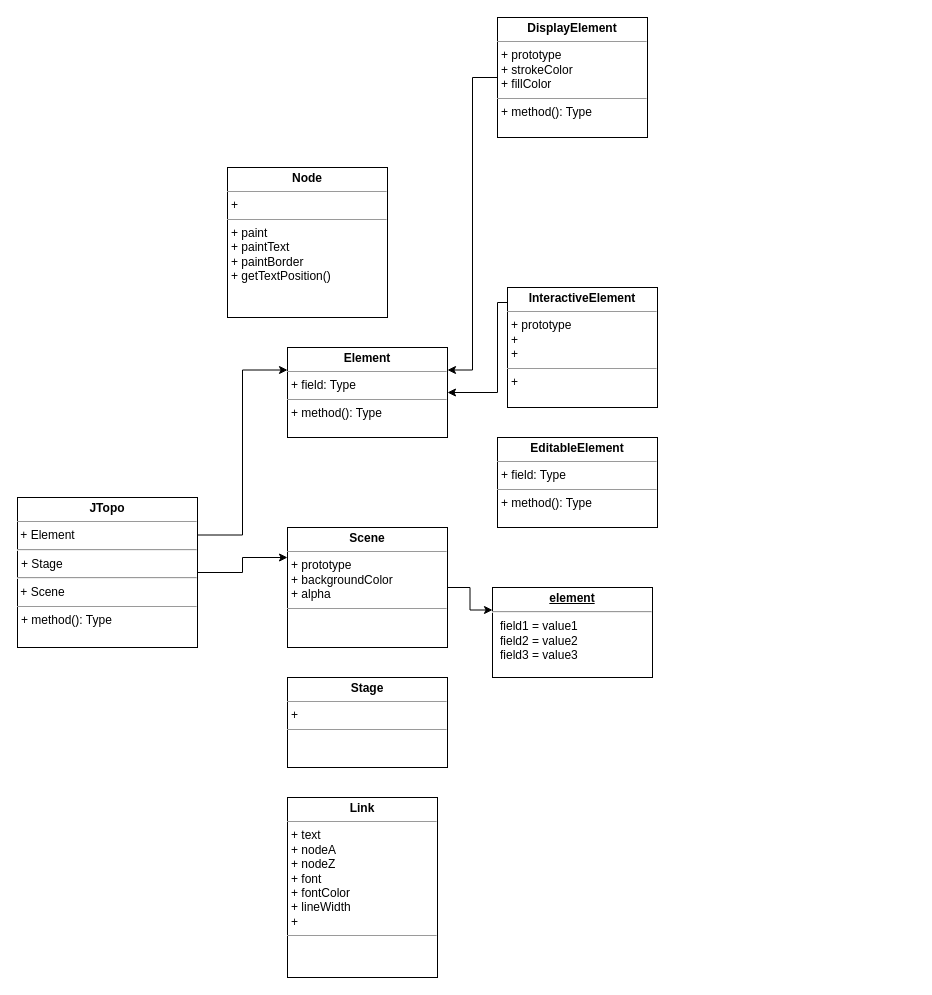
Above: Jtopo.drawio in waterwatermelon/graph (draw.io), before the change. Source tidied: cells renumbered, new cells numbered last; positions are measured from the earlier drawing's top-left corner, leaving out a move shared by most shapes. Both pictures are drawn from the tidied source at 100%, with x=0, y=0 at pixel (17, 17).
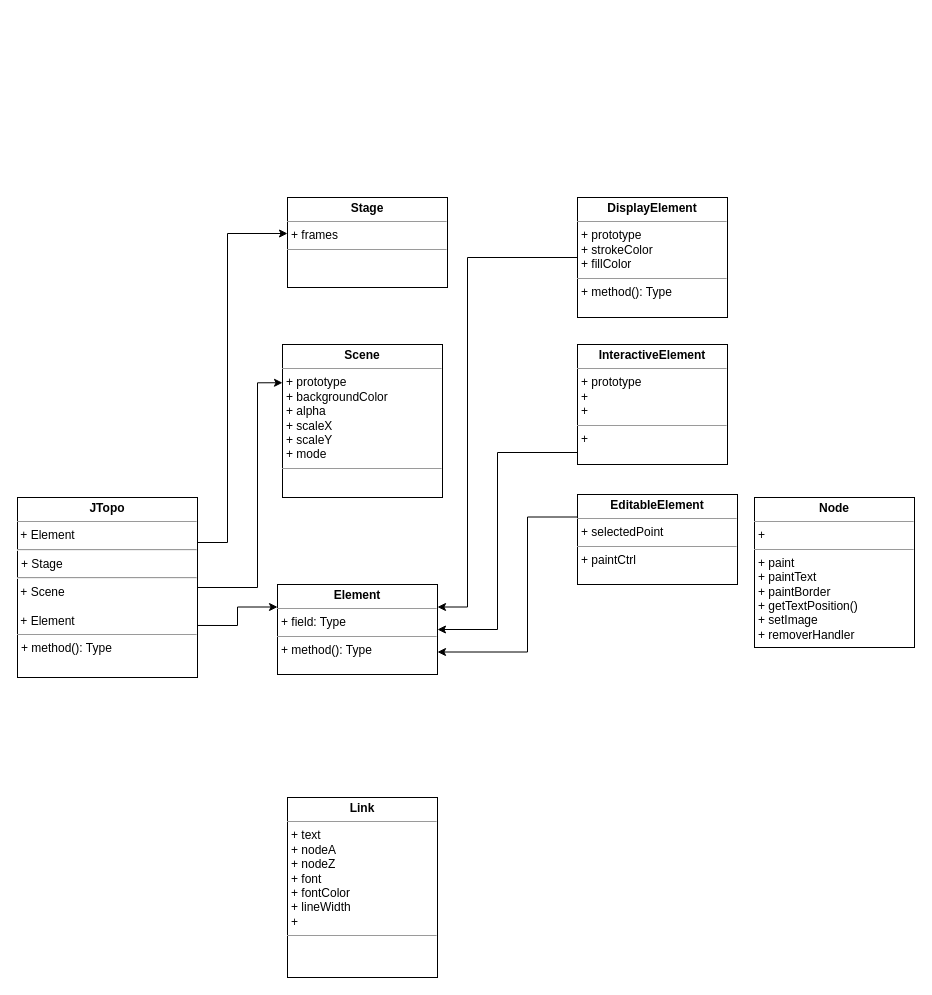
The same diagram, later.

What changed in the source:
```diff
@@
-    <mxCell id="2" style="edgeStyle=orthogonalEdgeStyle;rounded=0;jettySize=auto;html=1;exitX=1;exitY=0.5;exitDx=0;exitDy=0;entryX=0;entryY=0.25;entryDx=0;entryDy=0;" parent="1" edge="1" source="3" target="4">
-      <mxGeometry relative="1" as="geometry" />
-    </mxCell>
-    <mxCell id="3" value="&lt;p style=&quot;margin: 0px ; margin-top: 4px ; text-align: center&quot;&gt;&lt;b&gt;Scene&lt;/b&gt;&lt;/p&gt;&lt;hr size=&quot;1&quot;&gt;&lt;p style=&quot;margin: 0px ; margin-left: 4px&quot;&gt;+ prototype&lt;/p&gt;&lt;p style=&quot;margin: 0px ; margin-left: 4px&quot;&gt;+ backgroundColor&lt;/p&gt;&lt;p style=&quot;margin: 0px ; margin-left: 4px&quot;&gt;+ alpha&lt;/p&gt;&lt;hr size=&quot;1&quot;&gt;&lt;p style=&quot;margin: 0px ; margin-left: 4px&quot;&gt;&lt;br&gt;&lt;/p&gt;" style="verticalAlign=top;align=left;overflow=fill;fontSize=12;fontFamily=Helvetica;html=1;" parent="1" vertex="1">
-      <mxGeometry x="270" y="510" width="160" height="120" as="geometry" />
+    <mxCell id="3" value="&lt;p style=&quot;margin: 0px ; margin-top: 4px ; text-align: center&quot;&gt;&lt;b&gt;Scene&lt;/b&gt;&lt;/p&gt;&lt;hr size=&quot;1&quot;&gt;&lt;p style=&quot;margin: 0px ; margin-left: 4px&quot;&gt;+ prototype&lt;/p&gt;&lt;p style=&quot;margin: 0px ; margin-left: 4px&quot;&gt;+ backgroundColor&lt;/p&gt;&lt;p style=&quot;margin: 0px ; margin-left: 4px&quot;&gt;+ alpha&lt;/p&gt;&lt;p style=&quot;margin: 0px ; margin-left: 4px&quot;&gt;+ scaleX&lt;/p&gt;&lt;p style=&quot;margin: 0px ; margin-left: 4px&quot;&gt;+ scaleY&lt;/p&gt;&lt;p style=&quot;margin: 0px ; margin-left: 4px&quot;&gt;+ mode&lt;/p&gt;&lt;hr size=&quot;1&quot;&gt;&lt;p style=&quot;margin: 0px ; margin-left: 4px&quot;&gt;&lt;br&gt;&lt;/p&gt;" style="verticalAlign=top;align=left;overflow=fill;fontSize=12;fontFamily=Helvetica;html=1;" parent="1" vertex="1">
+      <mxGeometry x="265" y="327" width="160" height="153" as="geometry" />
     </mxCell>
-    <mxCell id="4" value="&lt;p style=&quot;margin: 0px ; margin-top: 4px ; text-align: center ; text-decoration: underline&quot;&gt;&lt;b&gt;element&lt;/b&gt;&lt;/p&gt;&lt;hr&gt;&lt;p style=&quot;margin: 0px ; margin-left: 8px&quot;&gt;field1 = value1&lt;br&gt;field2 = value2&lt;br&gt;field3 = value3&lt;/p&gt;" style="verticalAlign=top;align=left;overflow=fill;fontSize=12;fontFamily=Helvetica;html=1;" parent="1" vertex="1">
-      <mxGeometry x="475" y="570" width="160" height="90" as="geometry" />
-    </mxCell>
     <mxCell id="5" value="&lt;p style=&quot;margin: 0px ; margin-top: 4px ; text-align: center&quot;&gt;&lt;b&gt;Element&lt;/b&gt;&lt;/p&gt;&lt;hr size=&quot;1&quot;&gt;&lt;p style=&quot;margin: 0px ; margin-left: 4px&quot;&gt;+ field: Type&lt;/p&gt;&lt;hr size=&quot;1&quot;&gt;&lt;p style=&quot;margin: 0px ; margin-left: 4px&quot;&gt;+ method(): Type&lt;/p&gt;" style="verticalAlign=top;align=left;overflow=fill;fontSize=12;fontFamily=Helvetica;html=1;" parent="1" vertex="1">
-      <mxGeometry x="270" y="330" width="160" height="90" as="geometry" />
+      <mxGeometry x="260" y="567" width="160" height="90" as="geometry" />
     </mxCell>
-    <mxCell id="6" style="edgeStyle=orthogonalEdgeStyle;rounded=0;jettySize=auto;html=1;exitX=1;exitY=0.25;exitDx=0;exitDy=0;entryX=0;entryY=0.25;entryDx=0;entryDy=0;" parent="1" edge="1" source="8" target="5">
+    <mxCell id="6" style="edgeStyle=orthogonalEdgeStyle;rounded=0;jettySize=auto;html=1;exitX=1;exitY=0.711;exitDx=0;exitDy=0;entryX=0;entryY=0.25;entryDx=0;entryDy=0;exitPerimeter=0;" parent="1" edge="1" source="8" target="5">
       <mxGeometry relative="1" as="geometry" />
     </mxCell>
     <mxCell id="7" style="edgeStyle=orthogonalEdgeStyle;rounded=0;jettySize=auto;html=1;entryX=0;entryY=0.25;entryDx=0;entryDy=0;" parent="1" edge="1" source="8" target="3">
-      <mxGeometry relative="1" as="geometry" />
+      <mxGeometry relative="1" as="geometry">
+        <Array as="points">
+          <mxPoint x="240" y="570" />
+          <mxPoint x="240" y="365" />
+        </Array>
+      </mxGeometry>
     </mxCell>
+    <mxCell id="17" style="edgeStyle=orthogonalEdgeStyle;rounded=0;jettySize=auto;html=1;exitX=1;exitY=0.25;exitDx=0;exitDy=0;entryX=0;entryY=0.4;entryDx=0;entryDy=0;entryPerimeter=0;" parent="1" edge="1" source="8" target="9">
+      <mxGeometry relative="1" as="geometry">
+        <Array as="points">
+          <mxPoint x="210" y="525" />
+          <mxPoint x="210" y="216" />
+        </Array>
+      </mxGeometry>
+    </mxCell>
-    <mxCell id="8" value="&lt;p style=&quot;margin: 0px ; margin-top: 4px ; text-align: center&quot;&gt;&lt;b&gt;JTopo&lt;/b&gt;&lt;/p&gt;&lt;hr size=&quot;1&quot;&gt;&amp;nbsp;+ Element&lt;hr&gt;&lt;p style=&quot;margin: 0px ; margin-left: 4px&quot;&gt;+ Stage&lt;/p&gt;&lt;hr&gt;&amp;nbsp;+ Scene&lt;hr size=&quot;1&quot;&gt;&lt;p style=&quot;margin: 0px ; margin-left: 4px&quot;&gt;+ method(): Type&lt;/p&gt;" style="verticalAlign=top;align=left;overflow=fill;fontSize=12;fontFamily=Helvetica;html=1;" parent="1" vertex="1">
-      <mxGeometry y="480" width="180" height="150" as="geometry" />
+    <mxCell id="8" value="&lt;p style=&quot;margin: 0px ; margin-top: 4px ; text-align: center&quot;&gt;&lt;b&gt;JTopo&lt;/b&gt;&lt;/p&gt;&lt;hr size=&quot;1&quot;&gt;&amp;nbsp;+ Element&lt;hr&gt;&lt;p style=&quot;margin: 0px ; margin-left: 4px&quot;&gt;+ Stage&lt;/p&gt;&lt;hr&gt;&amp;nbsp;+ Scene&lt;br&gt;&lt;br&gt;&amp;nbsp;+ Element&lt;br&gt;&lt;hr size=&quot;1&quot;&gt;&lt;p style=&quot;margin: 0px ; margin-left: 4px&quot;&gt;+ method(): Type&lt;/p&gt;" style="verticalAlign=top;align=left;overflow=fill;fontSize=12;fontFamily=Helvetica;html=1;" parent="1" vertex="1">
+      <mxGeometry y="480" width="180" height="180" as="geometry" />
     </mxCell>
-    <mxCell id="9" value="&lt;p style=&quot;margin: 0px ; margin-top: 4px ; text-align: center&quot;&gt;&lt;b&gt;Stage&lt;/b&gt;&lt;/p&gt;&lt;hr size=&quot;1&quot;&gt;&lt;p style=&quot;margin: 0px ; margin-left: 4px&quot;&gt;+&amp;nbsp;&lt;/p&gt;&lt;hr size=&quot;1&quot;&gt;&lt;p style=&quot;margin: 0px ; margin-left: 4px&quot;&gt;&lt;br&gt;&lt;/p&gt;" style="verticalAlign=top;align=left;overflow=fill;fontSize=12;fontFamily=Helvetica;html=1;" parent="1" vertex="1">
-      <mxGeometry x="270" y="660" width="160" height="90" as="geometry" />
+    <mxCell id="9" value="&lt;p style=&quot;margin: 0px ; margin-top: 4px ; text-align: center&quot;&gt;&lt;b&gt;Stage&lt;/b&gt;&lt;/p&gt;&lt;hr size=&quot;1&quot;&gt;&lt;p style=&quot;margin: 0px ; margin-left: 4px&quot;&gt;+ frames&lt;/p&gt;&lt;hr size=&quot;1&quot;&gt;&lt;p style=&quot;margin: 0px ; margin-left: 4px&quot;&gt;&lt;br&gt;&lt;/p&gt;" style="verticalAlign=top;align=left;overflow=fill;fontSize=12;fontFamily=Helvetica;html=1;" parent="1" vertex="1">
+      <mxGeometry x="270" y="180" width="160" height="90" as="geometry" />
     </mxCell>
@@
-    <mxCell id="11" style="edgeStyle=orthogonalEdgeStyle;rounded=0;jettySize=auto;html=1;" parent="1" edge="1" source="12" target="5">
+    <mxCell id="11" style="edgeStyle=orthogonalEdgeStyle;rounded=0;jettySize=auto;html=1;exitX=0;exitY=0.75;exitDx=0;exitDy=0;entryX=1;entryY=0.5;entryDx=0;entryDy=0;" parent="1" edge="1" source="12" target="5">
       <mxGeometry relative="1" as="geometry">
         <Array as="points">
-          <mxPoint x="480" y="285" />
+          <mxPoint x="560" y="435" />
+          <mxPoint x="480" y="435" />
+          <mxPoint x="480" y="612" />
         </Array>
       </mxGeometry>
     </mxCell>
     <mxCell id="12" value="&lt;p style=&quot;margin: 0px ; margin-top: 4px ; text-align: center&quot;&gt;&lt;b&gt;InteractiveElement&lt;/b&gt;&lt;/p&gt;&lt;hr size=&quot;1&quot;&gt;&lt;p style=&quot;margin: 0px ; margin-left: 4px&quot;&gt;+ prototype&lt;/p&gt;&lt;p style=&quot;margin: 0px ; margin-left: 4px&quot;&gt;+&amp;nbsp;&lt;/p&gt;&lt;p style=&quot;margin: 0px ; margin-left: 4px&quot;&gt;+&amp;nbsp;&lt;/p&gt;&lt;hr size=&quot;1&quot;&gt;&lt;p style=&quot;margin: 0px ; margin-left: 4px&quot;&gt;+&amp;nbsp;&lt;/p&gt;" style="verticalAlign=top;align=left;overflow=fill;fontSize=12;fontFamily=Helvetica;html=1;" parent="1" vertex="1">
-      <mxGeometry x="490" y="270" width="150" height="120" as="geometry" />
+      <mxGeometry x="560" y="327" width="150" height="120" as="geometry" />
     </mxCell>
     <mxCell id="13" style="edgeStyle=orthogonalEdgeStyle;rounded=0;jettySize=auto;html=1;exitX=0;exitY=0.5;exitDx=0;exitDy=0;entryX=1;entryY=0.25;entryDx=0;entryDy=0;" parent="1" edge="1" source="14" target="5">
-      <mxGeometry relative="1" as="geometry" />
+      <mxGeometry relative="1" as="geometry">
+        <Array as="points">
+          <mxPoint x="450" y="240" />
+          <mxPoint x="450" y="590" />
+        </Array>
+      </mxGeometry>
     </mxCell>
     <mxCell id="14" value="&lt;p style=&quot;margin: 0px ; margin-top: 4px ; text-align: center&quot;&gt;&lt;b&gt;DisplayElement&lt;/b&gt;&lt;/p&gt;&lt;hr size=&quot;1&quot;&gt;&lt;p style=&quot;margin: 0px ; margin-left: 4px&quot;&gt;+ prototype&lt;/p&gt;&lt;p style=&quot;margin: 0px ; margin-left: 4px&quot;&gt;+ strokeColor&lt;/p&gt;&lt;p style=&quot;margin: 0px ; margin-left: 4px&quot;&gt;+ fillColor&lt;/p&gt;&lt;hr size=&quot;1&quot;&gt;&lt;p style=&quot;margin: 0px ; margin-left: 4px&quot;&gt;+ method(): Type&lt;/p&gt;" style="verticalAlign=top;align=left;overflow=fill;fontSize=12;fontFamily=Helvetica;html=1;" parent="1" vertex="1">
-      <mxGeometry x="480" width="150" height="120" as="geometry" />
+      <mxGeometry x="560" y="180" width="150" height="120" as="geometry" />
     </mxCell>
+    <mxCell id="18" style="edgeStyle=orthogonalEdgeStyle;rounded=0;jettySize=auto;html=1;exitX=0;exitY=0.25;exitDx=0;exitDy=0;entryX=1;entryY=0.75;entryDx=0;entryDy=0;" parent="1" edge="1" source="15" target="5">
+      <mxGeometry relative="1" as="geometry">
+        <Array as="points">
+          <mxPoint x="510" y="500" />
+          <mxPoint x="510" y="635" />
+        </Array>
+      </mxGeometry>
+    </mxCell>
-    <mxCell id="15" value="&lt;p style=&quot;margin: 0px ; margin-top: 4px ; text-align: center&quot;&gt;&lt;b&gt;EditableElement&lt;/b&gt;&lt;/p&gt;&lt;hr size=&quot;1&quot;&gt;&lt;p style=&quot;margin: 0px ; margin-left: 4px&quot;&gt;+ field: Type&lt;/p&gt;&lt;hr size=&quot;1&quot;&gt;&lt;p style=&quot;margin: 0px ; margin-left: 4px&quot;&gt;+ method(): Type&lt;/p&gt;" style="verticalAlign=top;align=left;overflow=fill;fontSize=12;fontFamily=Helvetica;html=1;" parent="1" vertex="1">
-      <mxGeometry x="480" y="420" width="160" height="90" as="geometry" />
+    <mxCell id="15" value="&lt;p style=&quot;margin: 0px ; margin-top: 4px ; text-align: center&quot;&gt;&lt;b&gt;EditableElement&lt;/b&gt;&lt;/p&gt;&lt;hr size=&quot;1&quot;&gt;&lt;p style=&quot;margin: 0px ; margin-left: 4px&quot;&gt;+ selectedPoint&lt;/p&gt;&lt;hr size=&quot;1&quot;&gt;&lt;p style=&quot;margin: 0px ; margin-left: 4px&quot;&gt;+ paintCtrl&amp;nbsp;&lt;/p&gt;" style="verticalAlign=top;align=left;overflow=fill;fontSize=12;fontFamily=Helvetica;html=1;" parent="1" vertex="1">
+      <mxGeometry x="560" y="477" width="160" height="90" as="geometry" />
     </mxCell>
-    <mxCell id="16" value="&lt;p style=&quot;margin: 0px ; margin-top: 4px ; text-align: center&quot;&gt;&lt;b&gt;Node&lt;/b&gt;&lt;/p&gt;&lt;hr size=&quot;1&quot;&gt;&lt;p style=&quot;margin: 0px ; margin-left: 4px&quot;&gt;+&amp;nbsp;&amp;nbsp;&lt;/p&gt;&lt;hr size=&quot;1&quot;&gt;&lt;p style=&quot;margin: 0px ; margin-left: 4px&quot;&gt;+ paint&lt;/p&gt;&lt;p style=&quot;margin: 0px ; margin-left: 4px&quot;&gt;+ paintText&lt;/p&gt;&lt;p style=&quot;margin: 0px ; margin-left: 4px&quot;&gt;+ paintBorder&lt;/p&gt;&lt;p style=&quot;margin: 0px ; margin-left: 4px&quot;&gt;+ getTextPosition()&lt;/p&gt;" style="verticalAlign=top;align=left;overflow=fill;fontSize=12;fontFamily=Helvetica;html=1;" parent="1" vertex="1">
-      <mxGeometry x="210" y="150" width="160" height="150" as="geometry" />
+    <mxCell id="16" value="&lt;p style=&quot;margin: 0px ; margin-top: 4px ; text-align: center&quot;&gt;&lt;b&gt;Node&lt;/b&gt;&lt;/p&gt;&lt;hr size=&quot;1&quot;&gt;&lt;p style=&quot;margin: 0px ; margin-left: 4px&quot;&gt;+&amp;nbsp;&amp;nbsp;&lt;/p&gt;&lt;hr size=&quot;1&quot;&gt;&lt;p style=&quot;margin: 0px ; margin-left: 4px&quot;&gt;+ paint&lt;/p&gt;&lt;p style=&quot;margin: 0px ; margin-left: 4px&quot;&gt;+ paintText&lt;/p&gt;&lt;p style=&quot;margin: 0px ; margin-left: 4px&quot;&gt;+ paintBorder&lt;/p&gt;&lt;p style=&quot;margin: 0px ; margin-left: 4px&quot;&gt;+ getTextPosition()&lt;/p&gt;&lt;p style=&quot;margin: 0px ; margin-left: 4px&quot;&gt;+ setImage&lt;/p&gt;&lt;p style=&quot;margin: 0px ; margin-left: 4px&quot;&gt;+ removerHandler&lt;/p&gt;" style="verticalAlign=top;align=left;overflow=fill;fontSize=12;fontFamily=Helvetica;html=1;" parent="1" vertex="1">
+      <mxGeometry x="737" y="480" width="160" height="150" as="geometry" />
     </mxCell>
```
